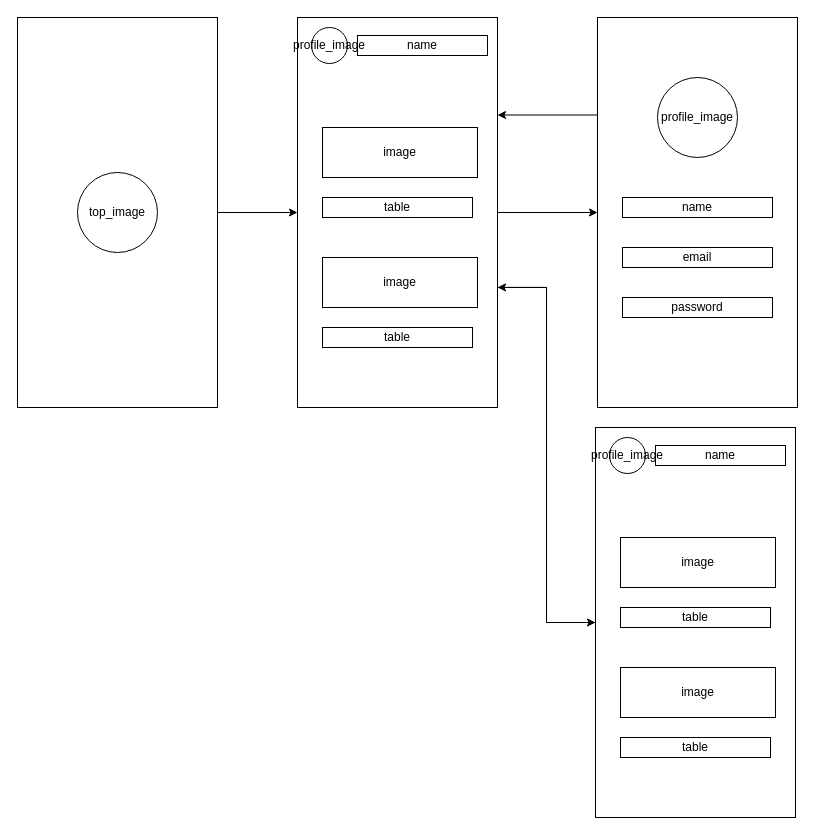
Above: 画面遷移図.drawio in 3582/Swift_portfolio (draw.io), before the change. Source tidied: cells renumbered, new cells numbered last; positions are measured from the earlier drawing's top-left corner, leaving out a move shared by most shapes. Both pictures are drawn from the tidied source at 100%, with x=0, y=0 at pixel (17, 17).
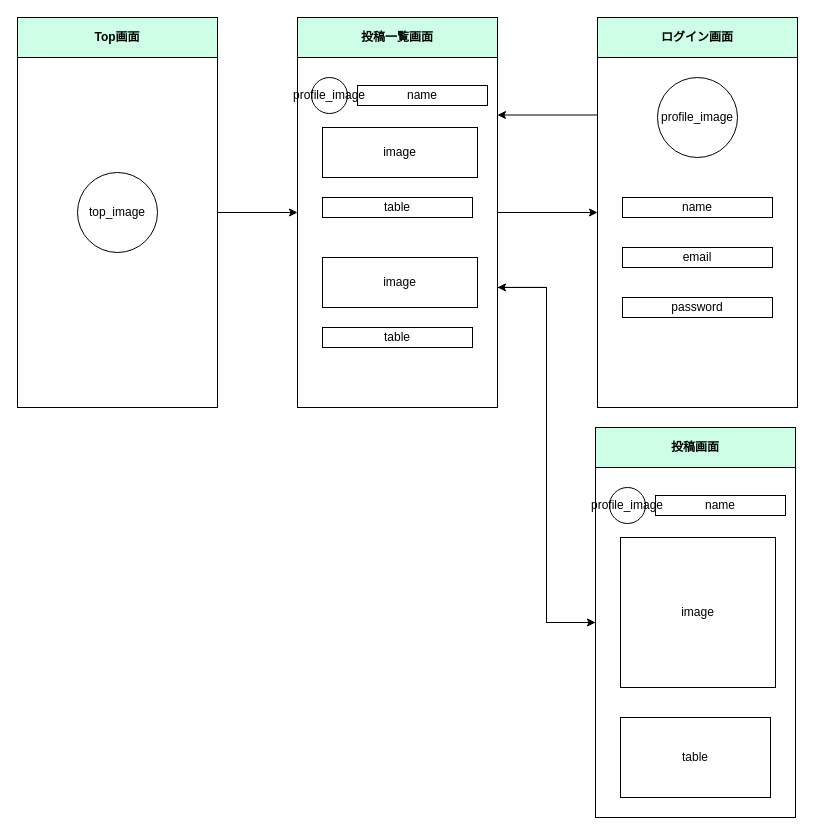
Above is the later version.

Commit message:
画面遷移図.drawio を更新します

Unchanged cells that the change refers to:
```xml
<mxCell id="8" style="group;" parent="1" vertex="1">
  <mxGeometry x="280" width="204" height="390" as="geometry" />
</mxCell>
<mxCell id="16" style="group;" parent="1" vertex="1">
  <mxGeometry x="578" y="410" width="204" height="390" as="geometry" />
</mxCell>
<mxCell id="25" style="group;" parent="1" vertex="1">
  <mxGeometry width="200" height="390" as="geometry" />
</mxCell>
```

Diff of the diagram source:
```diff
@@
-    <mxCell id="2" style="group;" parent="1" vertex="1">
+    <mxCell id="2" style="group;labelBackgroundColor=none;fontStyle=1;" parent="1" vertex="1">
       <mxGeometry x="580" width="200" height="390" as="geometry" />
     </mxCell>
+    <mxCell id="32" style="group;" parent="2" vertex="1">
+      <mxGeometry width="200" height="390" as="geometry" />
+    </mxCell>
-    <mxCell id="3" style="rounded=0;whiteSpace=wrap;html=1;" parent="2" vertex="1">
+    <mxCell id="3" style="rounded=0;whiteSpace=wrap;html=1;" parent="32" vertex="1">
       <mxGeometry width="200" height="390" as="geometry" />
     </mxCell>
-    <mxCell id="4" value="profile_image" style="ellipse;whiteSpace=wrap;html=1;" parent="2" vertex="1">
+    <mxCell id="4" value="profile_image" style="ellipse;whiteSpace=wrap;html=1;" parent="32" vertex="1">
       <mxGeometry x="60" y="60" width="80" height="80" as="geometry" />
     </mxCell>
-    <mxCell id="5" value="name" style="text;html=1;fillColor=none;align=center;verticalAlign=middle;whiteSpace=wrap;rounded=0;strokeColor=#000000;" parent="2" vertex="1">
+    <mxCell id="5" value="name" style="text;html=1;fillColor=none;align=center;verticalAlign=middle;whiteSpace=wrap;rounded=0;strokeColor=#000000;" parent="32" vertex="1">
       <mxGeometry x="25" y="180" width="150" height="20" as="geometry" />
     </mxCell>
-    <mxCell id="6" value="email" style="text;html=1;fillColor=none;align=center;verticalAlign=middle;whiteSpace=wrap;rounded=0;strokeColor=#000000;" parent="2" vertex="1">
+    <mxCell id="6" value="email" style="text;html=1;fillColor=none;align=center;verticalAlign=middle;whiteSpace=wrap;rounded=0;strokeColor=#000000;" parent="32" vertex="1">
       <mxGeometry x="25" y="230" width="150" height="20" as="geometry" />
     </mxCell>
-    <mxCell id="7" value="password" style="text;html=1;fillColor=none;align=center;verticalAlign=middle;whiteSpace=wrap;rounded=0;strokeColor=#000000;" parent="2" vertex="1">
+    <mxCell id="7" value="password" style="text;html=1;fillColor=none;align=center;verticalAlign=middle;whiteSpace=wrap;rounded=0;strokeColor=#000000;" parent="32" vertex="1">
       <mxGeometry x="25" y="280" width="150" height="20" as="geometry" />
     </mxCell>
+    <mxCell id="33" value="&lt;b&gt;ログイン画面&lt;/b&gt;" style="rounded=0;whiteSpace=wrap;html=1;labelBackgroundColor=none;fillColor=#CCFFE6;" parent="32" vertex="1">
+      <mxGeometry width="200" height="40" as="geometry" />
+    </mxCell>
@@
     <mxCell id="10" value="profile_image" style="ellipse;whiteSpace=wrap;html=1;" parent="8" vertex="1">
-      <mxGeometry x="14" y="10" width="36" height="36" as="geometry" />
+      <mxGeometry x="14" y="60" width="36" height="36" as="geometry" />
     </mxCell>
@@
     <mxCell id="15" value="name" style="text;html=1;fillColor=none;align=center;verticalAlign=middle;whiteSpace=wrap;rounded=0;strokeColor=#000000;" parent="8" vertex="1">
-      <mxGeometry x="60" y="18" width="130" height="20" as="geometry" />
+      <mxGeometry x="60" y="68" width="130" height="20" as="geometry" />
     </mxCell>
+    <mxCell id="34" value="&lt;b&gt;投稿一覧画面&lt;/b&gt;" style="rounded=0;whiteSpace=wrap;html=1;labelBackgroundColor=none;fillColor=#CCFFE6;" parent="8" vertex="1">
+      <mxGeometry width="200" height="40" as="geometry" />
+    </mxCell>
@@
     <mxCell id="18" value="profile_image" style="ellipse;whiteSpace=wrap;html=1;" parent="16" vertex="1">
-      <mxGeometry x="14" y="10" width="36" height="36" as="geometry" />
+      <mxGeometry x="14" y="60" width="36" height="36" as="geometry" />
     </mxCell>
     <mxCell id="19" value="table" style="text;html=1;fillColor=none;align=center;verticalAlign=middle;whiteSpace=wrap;rounded=0;strokeColor=#000000;" parent="16" vertex="1">
-      <mxGeometry x="25" y="180" width="150" height="20" as="geometry" />
+      <mxGeometry x="25" y="290" width="150" height="80" as="geometry" />
     </mxCell>
     <mxCell id="20" value="image" style="text;html=1;fillColor=none;align=center;verticalAlign=middle;whiteSpace=wrap;rounded=0;strokeColor=#000000;" parent="16" vertex="1">
-      <mxGeometry x="25" y="110" width="155" height="50" as="geometry" />
+      <mxGeometry x="25" y="110" width="155" height="150" as="geometry" />
     </mxCell>
-    <mxCell id="21" value="table" style="text;html=1;fillColor=none;align=center;verticalAlign=middle;whiteSpace=wrap;rounded=0;strokeColor=#000000;" parent="16" vertex="1">
-      <mxGeometry x="25" y="310" width="150" height="20" as="geometry" />
-    </mxCell>
-    <mxCell id="22" value="image" style="text;html=1;fillColor=none;align=center;verticalAlign=middle;whiteSpace=wrap;rounded=0;strokeColor=#000000;" parent="16" vertex="1">
-      <mxGeometry x="25" y="240" width="155" height="50" as="geometry" />
-    </mxCell>
     <mxCell id="23" value="name" style="text;html=1;fillColor=none;align=center;verticalAlign=middle;whiteSpace=wrap;rounded=0;strokeColor=#000000;" parent="16" vertex="1">
-      <mxGeometry x="60" y="18" width="130" height="20" as="geometry" />
+      <mxGeometry x="60" y="68" width="130" height="20" as="geometry" />
     </mxCell>
+    <mxCell id="35" value="&lt;b&gt;投稿画面&lt;/b&gt;" style="rounded=0;whiteSpace=wrap;html=1;labelBackgroundColor=none;fillColor=#CCFFE6;" parent="16" vertex="1">
+      <mxGeometry width="200" height="40" as="geometry" />
+    </mxCell>
@@
+    <mxCell id="36" value="&lt;b&gt;Top画面&lt;/b&gt;" style="rounded=0;whiteSpace=wrap;html=1;labelBackgroundColor=none;fillColor=#CCFFE6;" parent="25" vertex="1">
+      <mxGeometry width="200" height="40" as="geometry" />
+    </mxCell>
```
